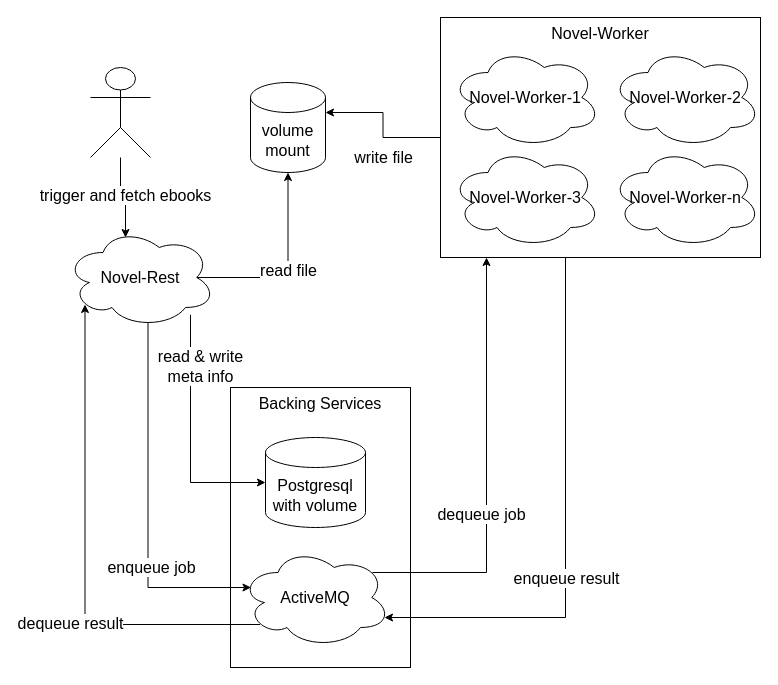
Above: images/architecture.drawio in NovelService/Report (draw.io), before the change. Source tidied: cells renumbered, new cells numbered last; positions are measured from the earlier drawing's top-left corner, leaving out a move shared by most shapes. Both pictures are drawn from the tidied source at 100%, with x=0, y=0 at pixel (65, 17).
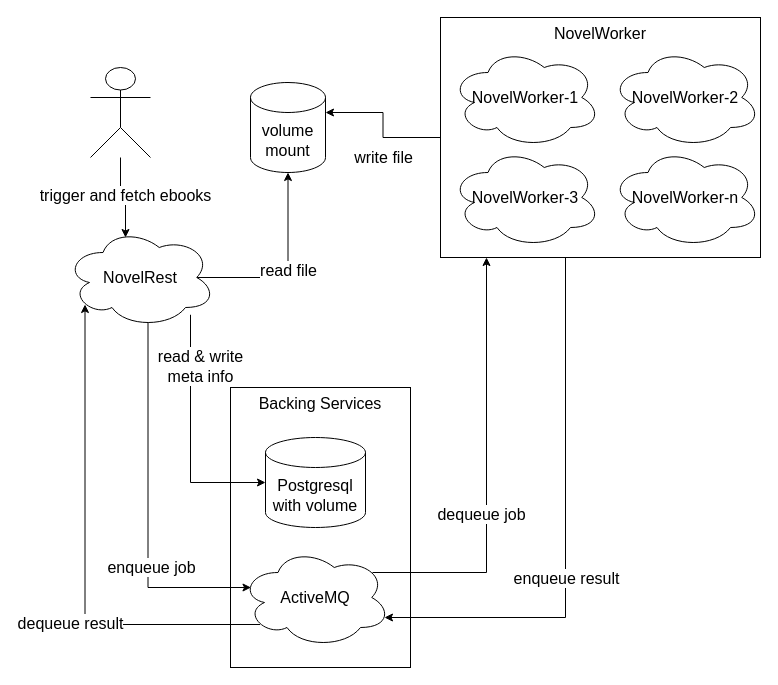
After the change.

The change refers to these unchanged cells:
```xml
<mxCell id="18" style="group;" parent="1" vertex="1">
  <mxGeometry x="375" width="320" height="240" as="geometry" />
</mxCell>
```

The edit, as a diff of the source:
```diff
@@
-    <mxCell id="11" value="Novel-Rest" style="ellipse;shape=cloud;whiteSpace=wrap;html=1;fontSize=16;" parent="1" vertex="1">
+    <mxCell id="11" value="NovelRest" style="ellipse;shape=cloud;whiteSpace=wrap;html=1;fontSize=16;" parent="1" vertex="1">
       <mxGeometry y="210" width="150" height="100" as="geometry" />
     </mxCell>
@@
-    <mxCell id="19" value="Novel-Worker" style="rounded=0;whiteSpace=wrap;html=1;fontSize=16;verticalAlign=top;" parent="18" vertex="1">
+    <mxCell id="19" value="NovelWorker" style="rounded=0;whiteSpace=wrap;html=1;fontSize=16;verticalAlign=top;" parent="18" vertex="1">
       <mxGeometry width="320" height="240" as="geometry" />
     </mxCell>
-    <mxCell id="20" value="Novel-Worker-1" style="ellipse;shape=cloud;whiteSpace=wrap;html=1;fontSize=16;" parent="18" vertex="1">
+    <mxCell id="20" value="NovelWorker-1" style="ellipse;shape=cloud;whiteSpace=wrap;html=1;fontSize=16;" parent="18" vertex="1">
       <mxGeometry x="10" y="30" width="150" height="100" as="geometry" />
     </mxCell>
-    <mxCell id="21" value="Novel-Worker-2" style="ellipse;shape=cloud;whiteSpace=wrap;html=1;fontSize=16;" parent="18" vertex="1">
+    <mxCell id="21" value="NovelWorker-2" style="ellipse;shape=cloud;whiteSpace=wrap;html=1;fontSize=16;" parent="18" vertex="1">
       <mxGeometry x="170" y="30" width="150" height="100" as="geometry" />
     </mxCell>
-    <mxCell id="22" value="&lt;span&gt;Novel-Worker-n&lt;/span&gt;" style="ellipse;shape=cloud;whiteSpace=wrap;html=1;fontSize=16;" parent="18" vertex="1">
+    <mxCell id="22" value="&lt;span&gt;NovelWorker-n&lt;/span&gt;" style="ellipse;shape=cloud;whiteSpace=wrap;html=1;fontSize=16;" parent="18" vertex="1">
       <mxGeometry x="170" y="130" width="150" height="100" as="geometry" />
     </mxCell>
-    <mxCell id="23" value="Novel-Worker-3" style="ellipse;shape=cloud;whiteSpace=wrap;html=1;fontSize=16;" parent="18" vertex="1">
+    <mxCell id="23" value="NovelWorker-3" style="ellipse;shape=cloud;whiteSpace=wrap;html=1;fontSize=16;" parent="18" vertex="1">
       <mxGeometry x="10" y="130" width="150" height="100" as="geometry" />
     </mxCell>
```
